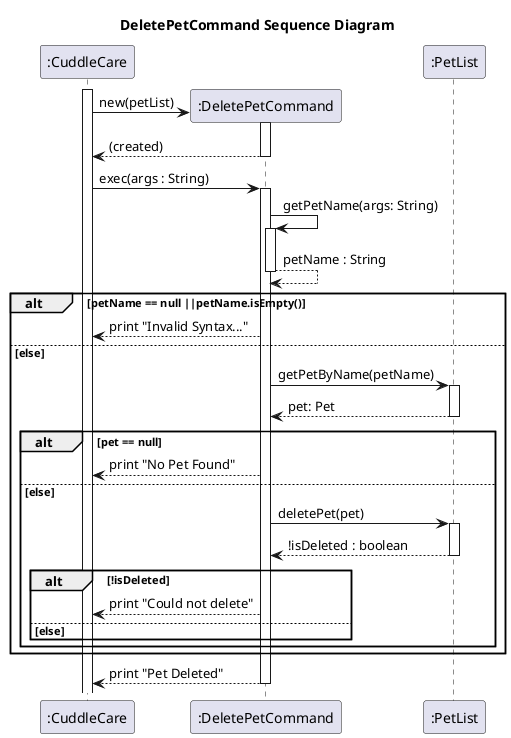
Before: docs/diagrams/DeletePetCommand_Sequence_Diagram.png, a diagram exported from PlantUML (Kevin88866/tp). Source of this version:
```plantuml
@startuml
title DeletePetCommand Sequence Diagram

participant ":CuddleCare" as CuddleCare
participant ":DeletePetCommand" as DeletePetCommand
participant ":PetList" as PetList

activate CuddleCare

CuddleCare -> DeletePetCommand** : new(petList)
activate DeletePetCommand
return (created)

CuddleCare -> DeletePetCommand : exec(args : String)
activate DeletePetCommand

DeletePetCommand -> DeletePetCommand : getPetName(args: String)
activate DeletePetCommand
return petName : String

alt petName == null ||petName.isEmpty()
    DeletePetCommand --> CuddleCare : print "Invalid Syntax..."

else else
    DeletePetCommand -> PetList : getPetByName(petName)
    activate PetList
    return pet: Pet

    alt pet == null
        DeletePetCommand --> CuddleCare : print "No Pet Found"

    else else
        DeletePetCommand -> PetList : deletePet(pet)
        activate PetList
        return !isDeleted : boolean

        alt !isDeleted
            DeletePetCommand --> CuddleCare : print "Could not delete"

        else else

        end


    end

end
            return print "Pet Deleted"

@enduml
```
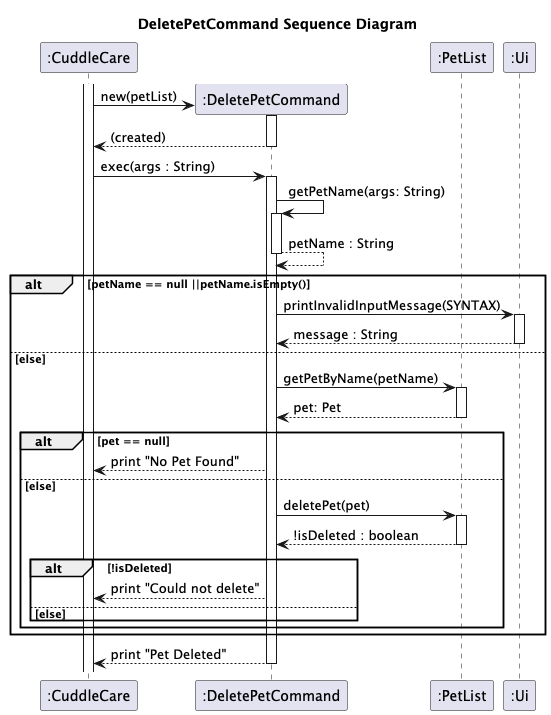
Later version of the same file.

What changed in the source:
```diff
@@ -4,6 +4,7 @@
 participant ":CuddleCare" as CuddleCare
 participant ":DeletePetCommand" as DeletePetCommand
 participant ":PetList" as PetList
+participant ":Ui" as Ui
 
 activate CuddleCare
 
@@ -19,7 +20,9 @@
 return petName : String
 
 alt petName == null ||petName.isEmpty()
-    DeletePetCommand --> CuddleCare : print "Invalid Syntax..."
+    DeletePetCommand -> Ui : printInvalidInputMessage(SYNTAX)
+    activate Ui
+    return message : String
 
 else else
     DeletePetCommand -> PetList : getPetByName(petName)
```
